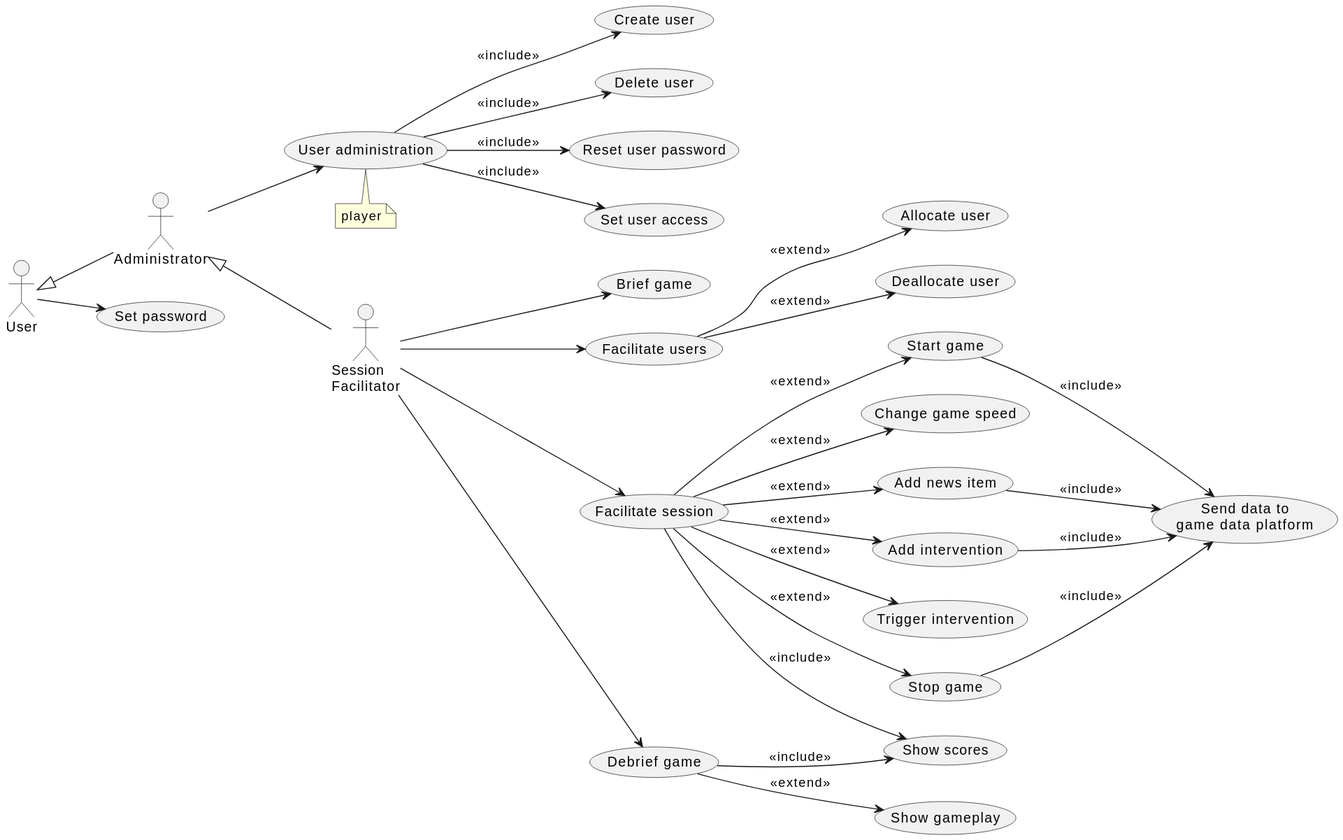
The PlantUML diagram doc/1-use-cases/diagrams/session-facilitation.svg in averbraeck/gscg-design, before a commit.
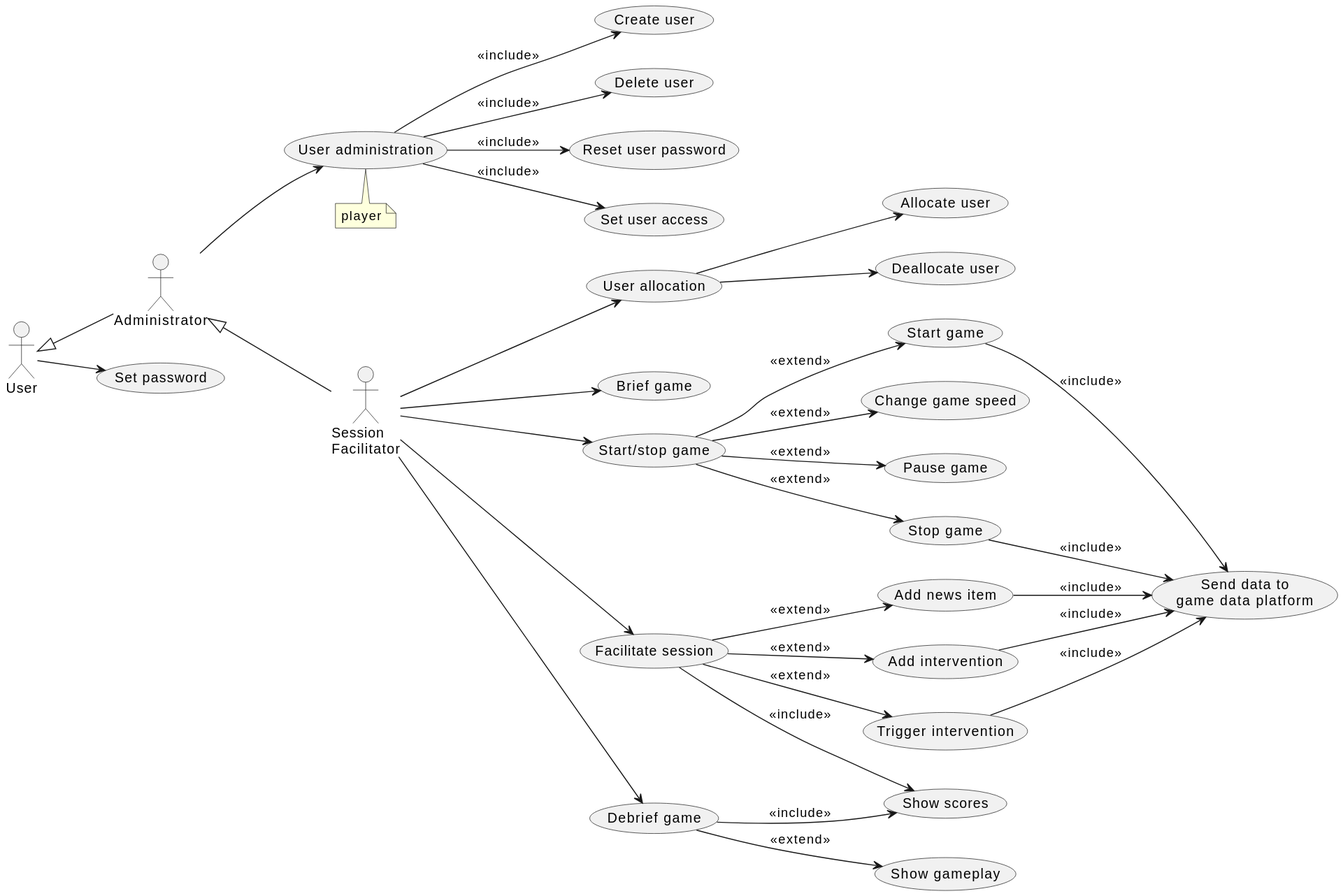
Later version of the same file.

What changed in the source:
```diff
@@ -17,24 +17,28 @@
 (User administration) --> (Reset user password) : << include >>
 (User administration) --> (Set user access) : << include >>
 
+SF --> (User allocation)
+(User allocation) --> (Allocate user)
+(User allocation) --> (Deallocate user)
+
 SF --> (Brief game)
 
-SF --> (Facilitate users)
-(Facilitate users) --> (Allocate user) : << extend >>
-(Facilitate users) --> (Deallocate user) : << extend >>
+SF --> (Start/stop game)
+(Start/stop game) --> (Start game) : << extend >>
+(Start/stop game) --> (Change game speed) : << extend >>
+(Start/stop game) --> (Pause game) : << extend >>
+(Start/stop game) --> (Stop game) : << extend >>
 
 SF --> (Facilitate session)
-(Facilitate session) --> (Start game) : << extend >>
-(Facilitate session) --> (Change game speed) : << extend >>
 (Facilitate session) --> (Add news item) : << extend >>
 (Facilitate session) --> (Add intervention) : << extend >>
 (Facilitate session) --> (Trigger intervention) : << extend >>
-(Facilitate session) --> (Stop game) : << extend >>
 (Facilitate session) --> (Show scores) : << include >>
 
 (Start game) --> (Send data to\ngame data platform) : << include >>
 (Add news item) --> (Send data to\ngame data platform) : << include >>
 (Add intervention) --> (Send data to\ngame data platform) : << include >>
+(Trigger intervention) --> (Send data to\ngame data platform) : << include >>
 (Stop game) --> (Send data to\ngame data platform) : << include >>
 
 SF --> (Debrief game)
```
